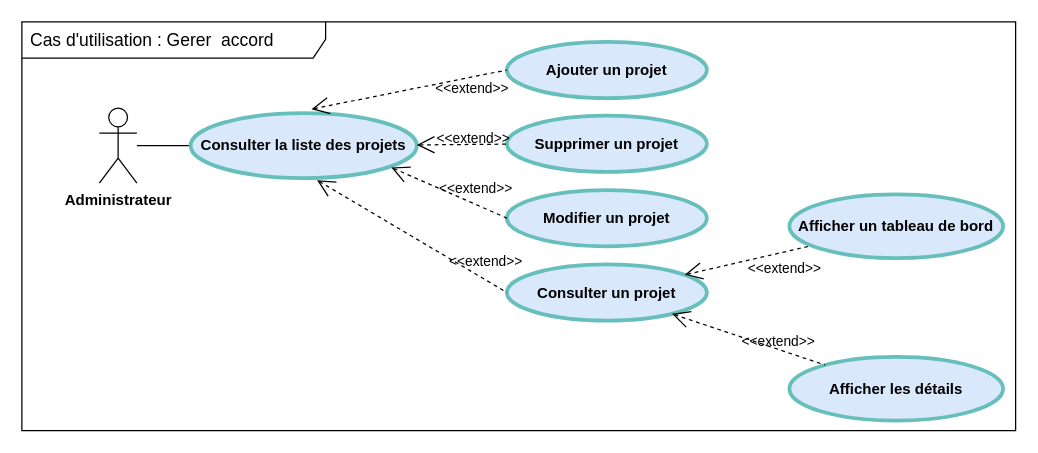
This is Delivery/DeliveryManagmentUseCase.drawio from ZidiMedAmine/UML, a draw.io file, before an edit. Source tidied: cells renumbered, new cells numbered last; positions are measured from the earlier drawing's top-left corner, leaving out a move shared by most shapes. Both pictures are drawn from the tidied source at 125%, with x=0, y=0 at pixel (21, 21).
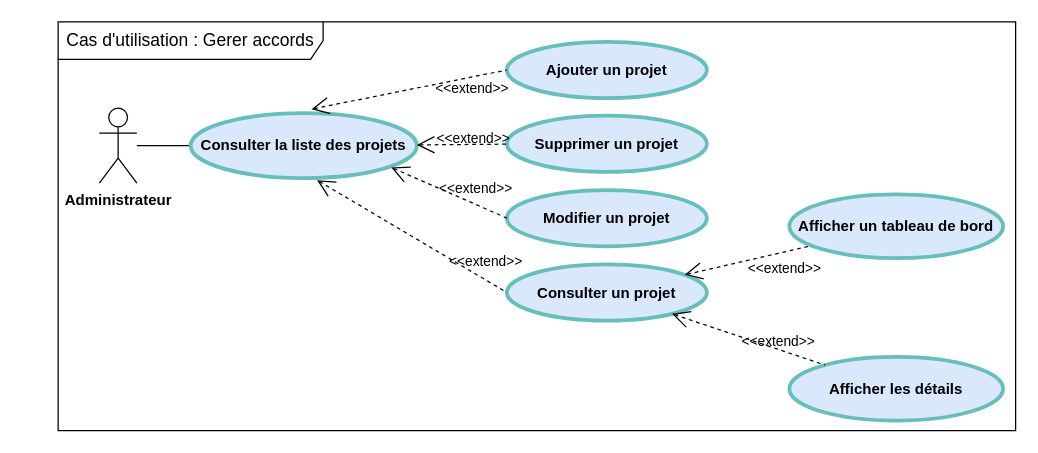
After the change.

Commit message (it also covers changes not shown here):
Mettre à jour DeliveryManagmentUseCase.drawio

The edit, as a diff of the source:
```diff
@@
-    <mxCell id="2" value="&lt;div style=&quot;text-align: center&quot;&gt;&lt;span&gt;Cas d'utilisation : Gerer&amp;nbsp; accord&lt;/span&gt;&lt;/div&gt;" style="shape=umlFrame;tabPosition=left;html=1;boundedLbl=1;labelInHeader=1;width=243;height=29;swimlaneFillColor=#ffffff;align=left;spacingLeft=5;fontSize=14;" parent="1" vertex="1">
-      <mxGeometry width="795" height="327" as="geometry" />
+    <mxCell id="2" value="&lt;div style=&quot;text-align: center&quot;&gt;&lt;span&gt;Cas d'utilisation : Gerer accords&lt;/span&gt;&lt;/div&gt;" style="shape=umlFrame;tabPosition=left;html=1;boundedLbl=1;labelInHeader=1;width=212;height=30;swimlaneFillColor=#ffffff;align=left;spacingLeft=5;fontSize=14;" parent="1" vertex="1">
+      <mxGeometry x="29" width="766" height="327" as="geometry" />
     </mxCell>
```
